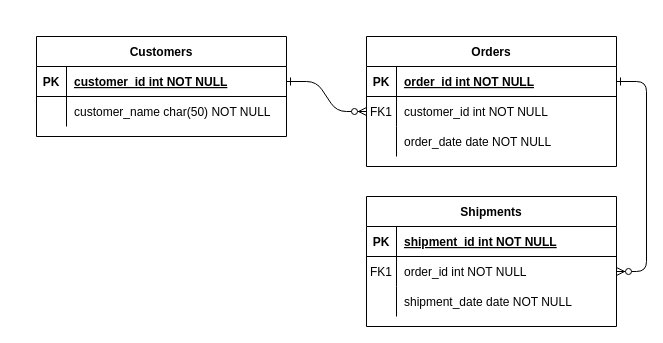
zckhub/brush keeps this draw.io diagram as 未命名绘图.drawio. Above is the earlier version. Source tidied: cells renumbered, new cells numbered last; positions are measured from the earlier drawing's top-left corner, leaving out a move shared by most shapes. Both pictures are drawn from the tidied source at 100%, with x=0, y=0 at pixel (36, 36).
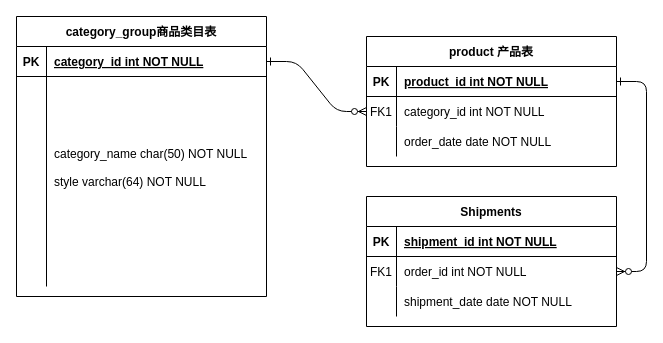
The same page after the edit.

Commit message:
更新未命名绘图.drawio

The change refers to these unchanged cells:
```xml
<mxCell id="5" style="shape=partialRectangle;fillColor=none;points=[[0,0.5],[1,0.5]];portConstraint=eastwest;top=0;left=0;right=0;bottom=1;" parent="4" vertex="1">
  <mxGeometry y="30" width="250" height="30" as="geometry" />
</mxCell>
<mxCell id="8" style="shape=partialRectangle;fillColor=none;points=[[0,0.5],[1,0.5]];portConstraint=eastwest;top=0;left=0;right=0;bottom=0;" parent="4" vertex="1">
  <mxGeometry y="60" width="250" height="30" as="geometry" />
</mxCell>
<mxCell id="25" style="shape=partialRectangle;fillColor=none;points=[[0,0.5],[1,0.5]];portConstraint=eastwest;top=0;left=0;right=0;bottom=1;" parent="24" vertex="1">
  <mxGeometry y="30" width="250" height="30" as="geometry" />
</mxCell>
```

Diff of the diagram source:
```diff
@@
-    <mxCell id="4" value="Orders" style="shape=table;startSize=30;childLayout=tableLayout;rowLines=0;fontStyle=1;align=center;" parent="1" vertex="1">
+    <mxCell id="4" value="product 产品表" style="shape=table;startSize=30;childLayout=tableLayout;rowLines=0;fontStyle=1;align=center;" parent="1" vertex="1">
       <mxGeometry x="330" width="250" height="130" as="geometry" />
     </mxCell>
@@
-    <mxCell id="7" value="order_id int NOT NULL " style="shape=partialRectangle;overflow=hidden;fillColor=none;top=0;left=0;bottom=0;right=0;align=left;spacingLeft=6;fontStyle=5;" parent="5" vertex="1">
+    <mxCell id="7" value="product_id int NOT NULL " style="shape=partialRectangle;overflow=hidden;fillColor=none;top=0;left=0;bottom=0;right=0;align=left;spacingLeft=6;fontStyle=5;" parent="5" vertex="1">
       <mxGeometry x="30" width="220" height="30" as="geometry" />
     </mxCell>
@@
-    <mxCell id="10" value="customer_id int NOT NULL" style="shape=partialRectangle;overflow=hidden;fillColor=none;top=0;left=0;bottom=0;right=0;align=left;spacingLeft=6;" parent="8" vertex="1">
+    <mxCell id="10" value="category_id int NOT NULL" style="shape=partialRectangle;overflow=hidden;fillColor=none;top=0;left=0;bottom=0;right=0;align=left;spacingLeft=6;" parent="8" vertex="1">
       <mxGeometry x="30" width="220" height="30" as="geometry" />
     </mxCell>
@@
-    <mxCell id="24" value="Customers" style="shape=table;startSize=30;childLayout=tableLayout;rowLines=0;fontStyle=1;align=center;" parent="1" vertex="1">
-      <mxGeometry width="250" height="100" as="geometry" />
+    <mxCell id="24" value="category_group商品类目表" style="shape=table;startSize=30;childLayout=tableLayout;rowLines=0;fontStyle=1;align=center;" parent="1" vertex="1">
+      <mxGeometry x="-20" y="-20" width="250" height="280" as="geometry" />
     </mxCell>
@@
-    <mxCell id="27" value="customer_id int NOT NULL " style="shape=partialRectangle;overflow=hidden;fillColor=none;top=0;left=0;bottom=0;right=0;align=left;spacingLeft=6;fontStyle=5;" parent="25" vertex="1">
+    <mxCell id="27" value="category_id int NOT NULL " style="shape=partialRectangle;overflow=hidden;fillColor=none;top=0;left=0;bottom=0;right=0;align=left;spacingLeft=6;fontStyle=5;" parent="25" vertex="1">
       <mxGeometry x="30" width="220" height="30" as="geometry" />
     </mxCell>
     <mxCell id="28" style="shape=partialRectangle;fillColor=none;top=0;left=0;right=0;bottom=0;" parent="24" vertex="1">
-      <mxGeometry y="60" width="250" height="30" as="geometry" />
+      <mxGeometry y="60" width="250" height="210" as="geometry" />
     </mxCell>
     <mxCell id="29" style="shape=partialRectangle;overflow=hidden;fillColor=none;top=0;left=0;bottom=0;right=0;" parent="28" vertex="1">
-      <mxGeometry width="30" height="30" as="geometry" />
+      <mxGeometry width="30" height="210" as="geometry" />
     </mxCell>
-    <mxCell id="30" value="customer_name char(50) NOT NULL" style="shape=partialRectangle;overflow=hidden;fillColor=none;top=0;left=0;bottom=0;right=0;align=left;spacingLeft=6;" parent="28" vertex="1">
-      <mxGeometry x="30" width="220" height="30" as="geometry" />
+    <mxCell id="30" value="category_name char(50) NOT NULL&#10; &#10;style varchar(64) NOT NULL&#10;&#10;" style="shape=partialRectangle;overflow=hidden;fillColor=none;top=0;left=0;bottom=0;right=0;align=left;spacingLeft=6;" parent="28" vertex="1">
+      <mxGeometry x="30" width="220" height="210" as="geometry" />
     </mxCell>
```
